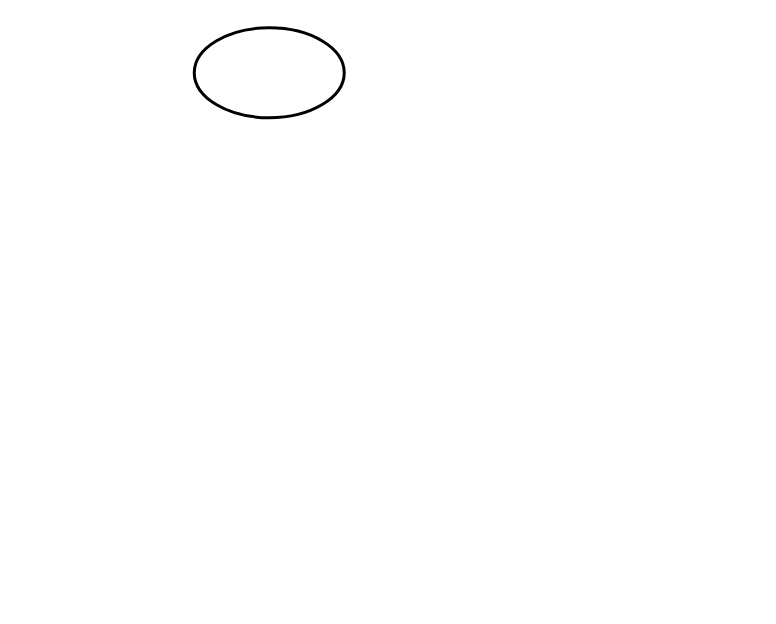
Above: Printer Calibration.drawio in macnch33s3/draw.io (draw.io), before the change. Source tidied: cells renumbered, new cells numbered last; positions are measured from the earlier drawing's top-left corner, leaving out a move shared by most shapes. Both pictures are drawn from the tidied source at 150%, with x=0, y=0 at pixel (194, 27).
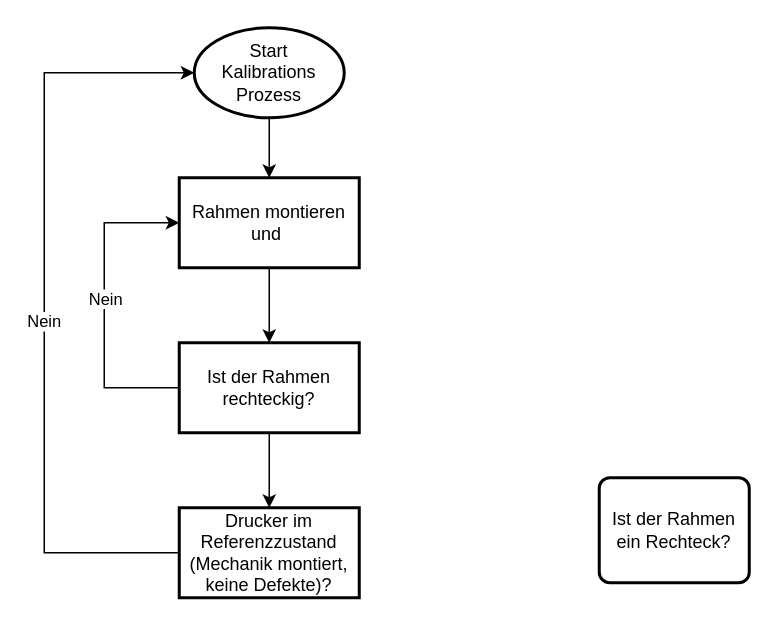
After the change.

Change to the diagram source:
```diff
@@
 <mxGraphModel>
   <root>
     <mxCell id="0" />
     <mxCell id="1" parent="0" />
+    <mxCell id="3" style="edgeStyle=orthogonalEdgeStyle;rounded=0;jettySize=auto;html=1;" parent="1" edge="1" source="2" target="13">
+      <mxGeometry relative="1" as="geometry" />
+    </mxCell>
-    <mxCell id="2" style="strokeWidth=2;html=1;shape=mxgraph.flowchart.start_1;whiteSpace=wrap;" parent="1" vertex="1">
+    <mxCell id="2" value="Start&lt;br&gt;Kalibrations Prozess" style="strokeWidth=2;html=1;shape=mxgraph.flowchart.start_1;whiteSpace=wrap;" parent="1" vertex="1">
       <mxGeometry width="100" height="60" as="geometry" />
     </mxCell>
+    <mxCell id="4" value="Ist der Rahmen ein Rechteck?" style="rounded=1;whiteSpace=wrap;html=1;absoluteArcSize=1;arcSize=14;strokeWidth=2;" parent="1" vertex="1">
+      <mxGeometry x="270" y="300" width="100" height="70" as="geometry" />
+    </mxCell>
+    <mxCell id="5" style="edgeStyle=orthogonalEdgeStyle;rounded=0;jettySize=auto;html=1;entryX=0;entryY=0.5;entryDx=0;entryDy=0;entryPerimeter=0;" parent="1" edge="1" source="7" target="2">
+      <mxGeometry relative="1" as="geometry">
+        <Array as="points">
+          <mxPoint x="-100" y="350" />
+          <mxPoint x="-100" y="30" />
+        </Array>
+      </mxGeometry>
+    </mxCell>
+    <mxCell id="6" value="Nein" style="edgeLabel;html=1;align=center;verticalAlign=middle;" parent="5" vertex="1">
+      <mxGeometry x="-0.1" y="1" relative="1" as="geometry">
+        <mxPoint y="-15" as="offset" />
+      </mxGeometry>
+    </mxCell>
+    <mxCell id="7" value="Drucker im Referenzzustand (Mechanik montiert, keine Defekte)?" style="whiteSpace=wrap;html=1;strokeWidth=2;" parent="1" vertex="1">
+      <mxGeometry x="-10" y="320" width="120" height="60" as="geometry" />
+    </mxCell>
+    <mxCell id="8" style="edgeStyle=orthogonalEdgeStyle;rounded=0;jettySize=auto;html=1;" parent="1" edge="1" source="11" target="7">
+      <mxGeometry relative="1" as="geometry" />
+    </mxCell>
+    <mxCell id="9" style="edgeStyle=orthogonalEdgeStyle;rounded=0;jettySize=auto;html=1;entryX=0;entryY=0.5;entryDx=0;entryDy=0;" parent="1" edge="1" source="11" target="13">
+      <mxGeometry relative="1" as="geometry">
+        <Array as="points">
+          <mxPoint x="-60" y="240" />
+          <mxPoint x="-60" y="130" />
+        </Array>
+      </mxGeometry>
+    </mxCell>
+    <mxCell id="10" value="Nein" style="edgeLabel;html=1;align=center;verticalAlign=middle;" parent="9" vertex="1">
+      <mxGeometry x="0.2" relative="1" as="geometry">
+        <mxPoint y="16" as="offset" />
+      </mxGeometry>
+    </mxCell>
+    <mxCell id="11" value="Ist der Rahmen rechteckig?" style="whiteSpace=wrap;html=1;strokeWidth=2;" parent="1" vertex="1">
+      <mxGeometry x="-10" y="210" width="120" height="60" as="geometry" />
+    </mxCell>
+    <mxCell id="12" style="edgeStyle=orthogonalEdgeStyle;rounded=0;jettySize=auto;html=1;" parent="1" edge="1" source="13" target="11">
+      <mxGeometry relative="1" as="geometry" />
+    </mxCell>
+    <mxCell id="13" value="Rahmen montieren und&amp;nbsp;" style="whiteSpace=wrap;html=1;strokeWidth=2;" parent="1" vertex="1">
+      <mxGeometry x="-10" y="100" width="120" height="60" as="geometry" />
+    </mxCell>
   </root>
 </mxGraphModel>
```
